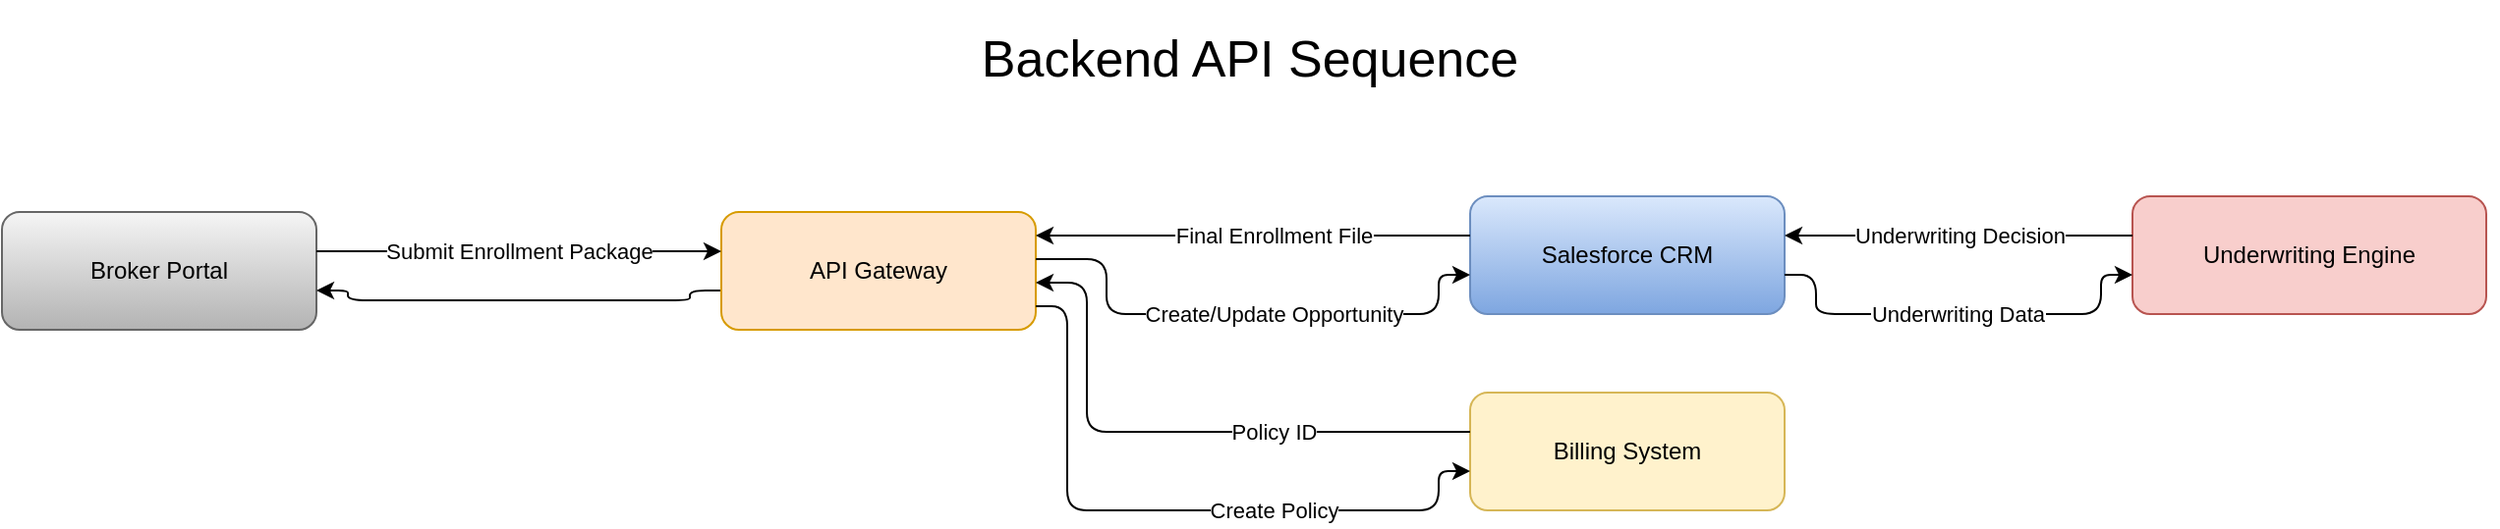
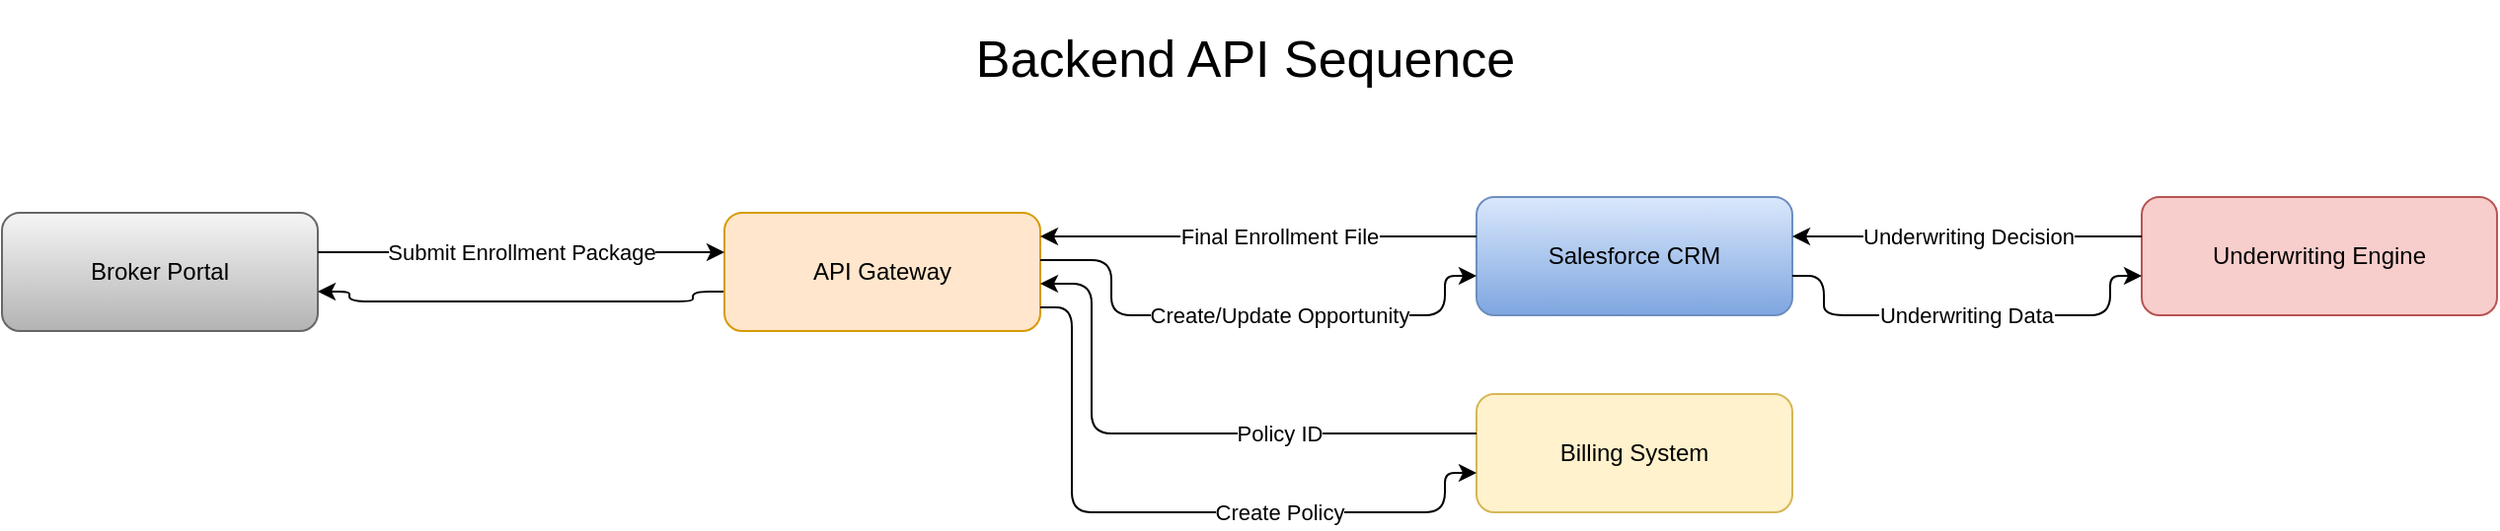
<mxfile host="app.diagrams.net">
  <diagram name="API Sequence Diagram" id="izxw_miAByLI5a-bZk4M">
    <mxGraphModel dx="1875" dy="1040" grid="1" gridSize="10" guides="1" tooltips="1" connect="1" arrows="1" fold="1" page="1" pageScale="1" pageWidth="1100" pageHeight="850" math="0" shadow="0">
      <root>
        <mxCell id="0" />
        <mxCell id="1" parent="0" />
        <mxCell id="oP7KjZqFhEcmN5TcRtWK-13" parent="1" style="rounded=1;whiteSpace=wrap;html=1;fillColor=#f5f5f5;strokeColor=#666666;gradientColor=#b3b3b3;" value="Broker Portal" vertex="1">
          <mxGeometry height="60" width="160" x="160" y="218" as="geometry" />
        </mxCell>
        <mxCell id="oP7KjZqFhEcmN5TcRtWK-25" edge="1" parent="1" source="oP7KjZqFhEcmN5TcRtWK-14" style="edgeStyle=orthogonalEdgeStyle;rounded=1;orthogonalLoop=1;jettySize=auto;html=1;curved=0;exitX=0;exitY=0.6667;entryX=1;entryY=0.6667;" target="oP7KjZqFhEcmN5TcRtWK-13" value="">
          <mxGeometry relative="1" as="geometry">
            <Array as="points">
              <mxPoint x="510" y="258" />
              <mxPoint x="510" y="263" />
              <mxPoint x="336" y="263" />
              <mxPoint x="336" y="258" />
            </Array>
          </mxGeometry>
        </mxCell>
        <mxCell id="oP7KjZqFhEcmN5TcRtWK-14" parent="1" style="rounded=1;whiteSpace=wrap;html=1;fillColor=light-dark(#FFE6CC,#3399FF);strokeColor=#d79b00;" value="API Gateway" vertex="1">
          <mxGeometry height="60" width="160" x="526" y="218" as="geometry" />
        </mxCell>
        <mxCell id="oP7KjZqFhEcmN5TcRtWK-15" parent="1" style="rounded=1;whiteSpace=wrap;html=1;fillColor=#dae8fc;strokeColor=#6c8ebf;gradientColor=#7ea6e0;" value="Salesforce CRM" vertex="1">
          <mxGeometry height="60" width="160" x="907" y="210" as="geometry" />
        </mxCell>
        <mxCell id="oP7KjZqFhEcmN5TcRtWK-16" parent="1" style="rounded=1;whiteSpace=wrap;html=1;fillColor=#f8cecc;strokeColor=#b85450;" value="Underwriting Engine" vertex="1">
          <mxGeometry height="60" width="180" x="1244" y="210" as="geometry" />
        </mxCell>
        <mxCell id="oP7KjZqFhEcmN5TcRtWK-17" parent="1" style="rounded=1;whiteSpace=wrap;html=1;fillColor=light-dark(#fff2cc, #1e7d1c);strokeColor=#d6b656;" value="Billing System" vertex="1">
          <mxGeometry height="60" width="160" x="907" y="310" as="geometry" />
        </mxCell>
        <mxCell id="oP7KjZqFhEcmN5TcRtWK-18" edge="1" parent="1" source="oP7KjZqFhEcmN5TcRtWK-13" style="endArrow=classic;html=1;rounded=1;curved=0;exitX=1;exitY=0.3333;entryX=0;entryY=0.3333;edgeStyle=orthogonalEdgeStyle;" target="oP7KjZqFhEcmN5TcRtWK-14" value="Submit Enrollment Package">
          <mxGeometry relative="1" as="geometry">
            <mxPoint as="offset" />
            <Array as="points">
              <mxPoint x="423" y="238" />
            </Array>
          </mxGeometry>
        </mxCell>
        <mxCell id="oP7KjZqFhEcmN5TcRtWK-19" edge="1" parent="1" source="oP7KjZqFhEcmN5TcRtWK-14" style="endArrow=classic;html=1;rounded=1;curved=0;exitX=1;exitY=0.4;entryX=0;entryY=0.6667;edgeStyle=orthogonalEdgeStyle;" target="oP7KjZqFhEcmN5TcRtWK-15" value="Create/Update Opportunity">
          <mxGeometry relative="1" as="geometry">
            <mxPoint x="14" as="offset" />
            <Array as="points">
              <mxPoint x="722" y="242" />
              <mxPoint x="722" y="270" />
              <mxPoint x="891" y="270" />
              <mxPoint x="891" y="250" />
            </Array>
          </mxGeometry>
        </mxCell>
        <mxCell id="oP7KjZqFhEcmN5TcRtWK-20" edge="1" parent="1" source="oP7KjZqFhEcmN5TcRtWK-15" style="endArrow=classic;html=1;rounded=1;curved=0;exitX=1;exitY=0.6667;entryX=0;entryY=0.6667;edgeStyle=orthogonalEdgeStyle;" target="oP7KjZqFhEcmN5TcRtWK-16" value="Underwriting Data">
          <mxGeometry relative="1" as="geometry">
            <mxPoint as="offset" />
            <Array as="points">
              <mxPoint x="1083" y="250" />
              <mxPoint x="1083" y="270" />
              <mxPoint x="1228" y="270" />
              <mxPoint x="1228" y="250" />
            </Array>
          </mxGeometry>
        </mxCell>
        <mxCell id="oP7KjZqFhEcmN5TcRtWK-21" edge="1" parent="1" source="oP7KjZqFhEcmN5TcRtWK-16" style="endArrow=classic;html=1;rounded=1;curved=0;exitX=0;exitY=0.3333;entryX=1;entryY=0.3333;edgeStyle=orthogonalEdgeStyle;" target="oP7KjZqFhEcmN5TcRtWK-15" value="Underwriting Decision">
          <mxGeometry relative="1" as="geometry">
            <mxPoint as="offset" />
            <Array as="points">
              <mxPoint x="1155.5" y="230" />
            </Array>
          </mxGeometry>
        </mxCell>
        <mxCell id="oP7KjZqFhEcmN5TcRtWK-22" edge="1" parent="1" source="oP7KjZqFhEcmN5TcRtWK-15" style="endArrow=classic;html=1;rounded=1;curved=0;exitX=0;exitY=0.3333;entryX=1;entryY=0.2;edgeStyle=orthogonalEdgeStyle;" target="oP7KjZqFhEcmN5TcRtWK-14" value="Final Enrollment File">
          <mxGeometry relative="1" as="geometry">
            <mxPoint x="10" as="offset" />
            <Array as="points">
              <mxPoint x="796.5" y="230" />
            </Array>
          </mxGeometry>
        </mxCell>
        <mxCell id="oP7KjZqFhEcmN5TcRtWK-23" edge="1" parent="1" source="oP7KjZqFhEcmN5TcRtWK-14" style="endArrow=classic;html=1;rounded=1;curved=0;exitX=1;exitY=0.8;entryX=0;entryY=0.6667;edgeStyle=orthogonalEdgeStyle;" target="oP7KjZqFhEcmN5TcRtWK-17" value="Create Policy">
          <mxGeometry relative="1" as="geometry">
            <mxPoint x="52" as="offset" />
            <Array as="points">
              <mxPoint x="702" y="266" />
              <mxPoint x="702" y="370" />
              <mxPoint x="891" y="370" />
              <mxPoint x="891" y="350" />
            </Array>
          </mxGeometry>
        </mxCell>
        <mxCell id="oP7KjZqFhEcmN5TcRtWK-24" edge="1" parent="1" source="oP7KjZqFhEcmN5TcRtWK-17" style="endArrow=classic;html=1;rounded=1;curved=0;exitX=0;exitY=0.3333;entryX=1;entryY=0.6;edgeStyle=orthogonalEdgeStyle;" target="oP7KjZqFhEcmN5TcRtWK-14" value="Policy ID">
          <mxGeometry relative="1" as="geometry">
            <mxPoint x="48" as="offset" />
            <Array as="points">
              <mxPoint x="712" y="330" />
              <mxPoint x="712" y="254" />
            </Array>
          </mxGeometry>
        </mxCell>
        <mxCell id="XHleXtbdekxk2jalRVcj-1" parent="1" style="text;html=1;whiteSpace=wrap;strokeColor=none;fillColor=none;align=center;verticalAlign=middle;rounded=0;" value="&lt;font style=&quot;font-size: 26px;&quot;&gt;Backend API Sequence&lt;/font&gt;" vertex="1">
-           <mxGeometry height="60" width="1270" x="160" y="110" as="geometry" />
+           <mxGeometry height="60" width="1260" x="160" y="110" as="geometry" />
        </mxCell>
      </root>
    </mxGraphModel>
  </diagram>
</mxfile>
